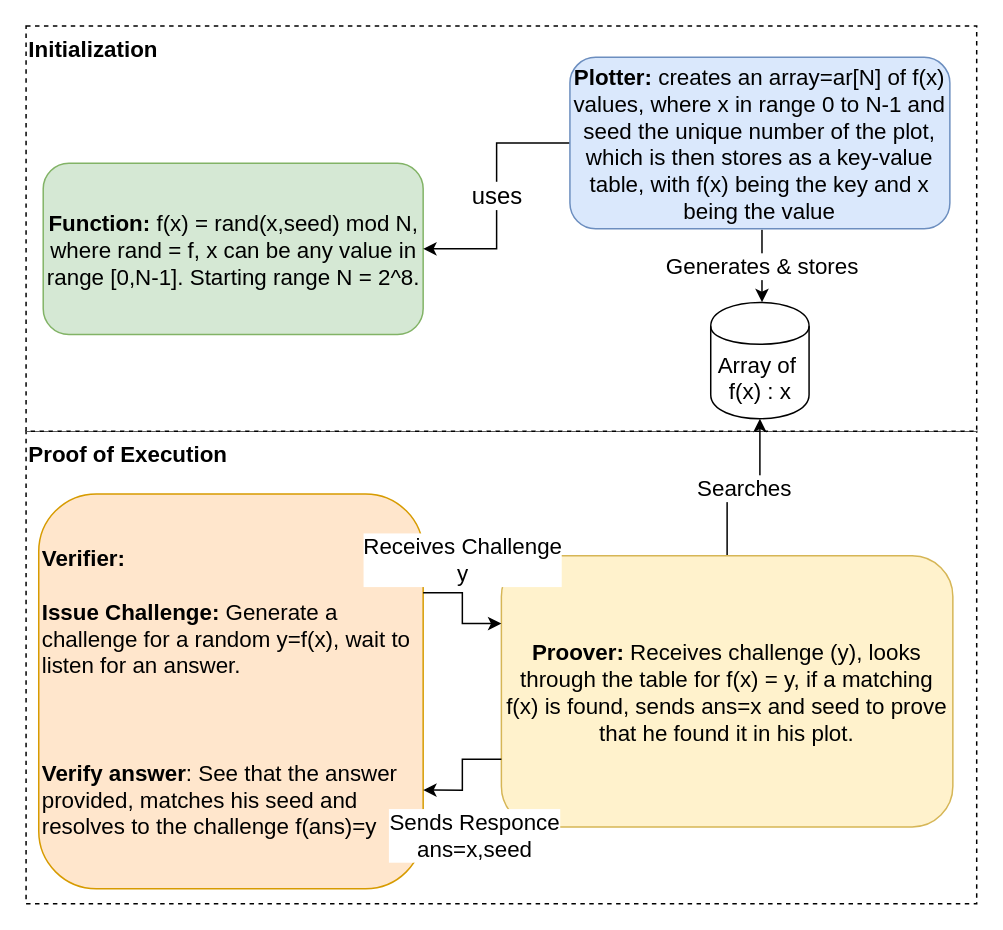
Earlier version of the draw.io diagram Project/SimplePoS.drawio (AngelosKamaris/AAU-1st-Semester-Repo-Group-8). Source tidied: cells renumbered, new cells numbered last; positions are measured from the earlier drawing's top-left corner, leaving out a move shared by most shapes. Both pictures are drawn from the tidied source at 149%, with x=0, y=0 at pixel (25, 25).
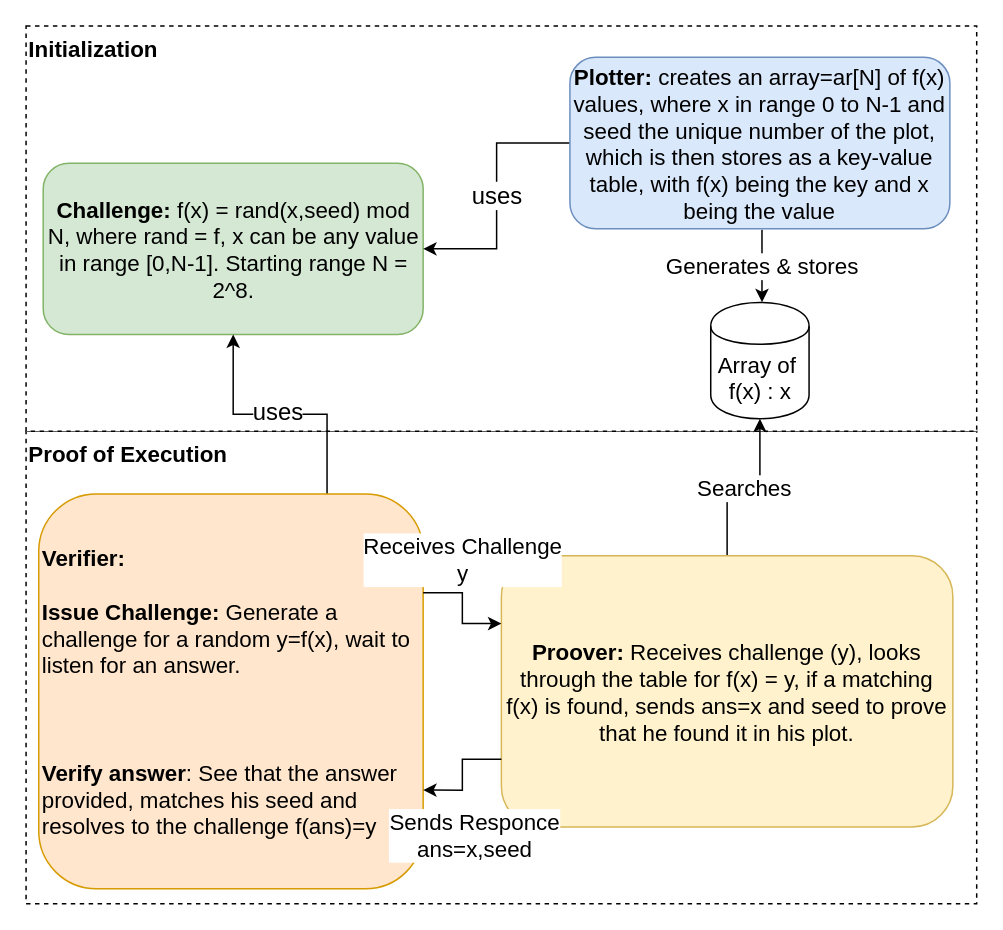
The same page after the edit.

Commit message (it also covers changes not shown here):
changes in the diagramm for latex

Change to the diagram source:
```diff
@@
 <mxGraphModel>
   <root>
     <mxCell id="0" />
     <mxCell id="1" parent="0" />
     <mxCell id="2" value="&lt;b style=&quot;white-space: normal&quot;&gt;Proof of Execution&lt;/b&gt;" style="rounded=0;whiteSpace=wrap;html=1;fontSize=15;align=left;verticalAlign=top;dashed=1;" parent="1" vertex="1">
       <mxGeometry y="272" width="638" height="317" as="geometry" />
     </mxCell>
     <mxCell id="3" value="&lt;b&gt;Initialization&lt;/b&gt;" style="rounded=0;whiteSpace=wrap;html=1;fontSize=15;align=left;verticalAlign=top;dashed=1;" parent="1" vertex="1">
       <mxGeometry width="638" height="272" as="geometry" />
     </mxCell>
-    <mxCell id="4" value="&lt;b style=&quot;font-size: 15px&quot;&gt;Function:&lt;/b&gt;&amp;nbsp;f(x) = rand(x,seed) mod N, where rand = f, x can be any value in range [0,N-1]. Starting range N = 2^8." style="rounded=1;whiteSpace=wrap;html=1;fillColor=#d5e8d4;strokeColor=#82b366;fontSize=15;" parent="1" vertex="1">
+    <mxCell id="4" value="&lt;b style=&quot;font-size: 15px&quot;&gt;Challenge:&lt;/b&gt;&amp;nbsp;f(x) = rand(x,seed) mod N, where rand = f, x can be any value in range [0,N-1]. Starting range N = 2^8." style="rounded=1;whiteSpace=wrap;html=1;fillColor=#d5e8d4;strokeColor=#82b366;fontSize=15;" parent="1" vertex="1">
       <mxGeometry x="11.5" y="92" width="255" height="115" as="geometry" />
     </mxCell>
     <mxCell id="5" value="uses" style="edgeStyle=orthogonalEdgeStyle;rounded=0;jettySize=auto;html=1;entryX=1;entryY=0.5;entryDx=0;entryDy=0;fontSize=16;" parent="1" edge="1" source="7" target="4">
       <mxGeometry relative="1" as="geometry" />
     </mxCell>
     <mxCell id="6" value="Generates &amp;amp; stores" style="edgeStyle=orthogonalEdgeStyle;rounded=0;orthogonalLoop=1;jettySize=auto;html=1;exitX=0.5;exitY=1;exitDx=0;exitDy=0;entryX=0.5;entryY=0;entryDx=0;entryDy=0;fontSize=15;" parent="1" edge="1">
       <mxGeometry relative="1" as="geometry">
         <mxPoint x="493.9" y="136.7" as="sourcePoint" />
         <mxPoint x="493.9" y="185.3" as="targetPoint" />
       </mxGeometry>
     </mxCell>
     <mxCell id="7" value="&lt;b&gt;Plotter: &lt;/b&gt;creates an array=ar[N] of f(x) values, where x in range 0 to N-1 and seed the unique number of the plot, which is then stores as a key-value table, with f(x) being the key and x being the value" style="rounded=1;whiteSpace=wrap;html=1;fillColor=#dae8fc;strokeColor=#6c8ebf;fontSize=15;" parent="1" vertex="1">
       <mxGeometry x="365" y="21" width="255" height="115" as="geometry" />
     </mxCell>
+    <mxCell id="14" style="edgeStyle=orthogonalEdgeStyle;rounded=0;jettySize=auto;html=1;exitX=0.75;exitY=0;exitDx=0;exitDy=0;entryX=0.5;entryY=1;entryDx=0;entryDy=0;fontSize=16;" parent="1" edge="1" source="8" target="4">
+      <mxGeometry relative="1" as="geometry" />
+    </mxCell>
+    <mxCell id="15" value="uses" style="text;html=1;align=center;verticalAlign=middle;labelBackgroundColor=#ffffff;fontSize=16;" parent="14" vertex="1">
+      <mxGeometry x="-0.41" y="12" relative="1" as="geometry">
+        <mxPoint x="-22" y="-5.5" as="offset" />
+      </mxGeometry>
+    </mxCell>
     <mxCell id="8" value="&lt;b&gt;Verifier:&amp;nbsp;&lt;br&gt;&lt;br&gt;Issue Challenge: &lt;/b&gt;Generate a challenge for a random y=f(x), wait to listen for an answer.&lt;br&gt;&lt;br&gt;&lt;br&gt;&lt;br&gt;&lt;b&gt;Verify answer&lt;/b&gt;: See that the answer provided, matches his seed and resolves to the challenge f(ans)=y" style="rounded=1;whiteSpace=wrap;html=1;fillColor=#ffe6cc;strokeColor=#d79b00;fontSize=15;align=left;" parent="1" vertex="1">
       <mxGeometry x="8.5" y="314" width="258" height="265" as="geometry" />
     </mxCell>
     <mxCell id="9" value="Array of&amp;nbsp;&lt;br&gt;f(x) : x" style="shape=cylinder;whiteSpace=wrap;html=1;boundedLbl=1;backgroundOutline=1;fontSize=15;align=center;perimeterSpacing=0;" parent="1" vertex="1">
       <mxGeometry x="459.5" y="185.5" width="66" height="78" as="geometry" />
     </mxCell>
     <mxCell id="10" value="Searches" style="edgeStyle=orthogonalEdgeStyle;rounded=0;jettySize=auto;html=1;exitX=0.5;exitY=0;exitDx=0;exitDy=0;entryX=0.5;entryY=1;entryDx=0;entryDy=0;fontSize=15;" parent="1" edge="1" source="11" target="9">
       <mxGeometry relative="1" as="geometry" />
     </mxCell>
     <mxCell id="11" value="&lt;b&gt;Proover: &lt;/b&gt;Receives challenge (y), looks through the table for f(x) = y, if a matching f(x) is found, sends ans=x and seed to prove that he found it in his plot." style="rounded=1;whiteSpace=wrap;html=1;fillColor=#fff2cc;strokeColor=#d6b656;fontSize=15;" parent="1" vertex="1">
       <mxGeometry x="319" y="355.5" width="303" height="182" as="geometry" />
     </mxCell>
     <mxCell id="12" value="Receives Challenge&lt;br&gt;y" style="edgeStyle=orthogonalEdgeStyle;rounded=0;jettySize=auto;html=1;exitX=1;exitY=0.25;exitDx=0;exitDy=0;entryX=0;entryY=0.25;entryDx=0;entryDy=0;fontSize=15;" parent="1" edge="1" source="8" target="11">
       <mxGeometry x="-0.29" y="22" relative="1" as="geometry">
         <mxPoint x="-22" y="-22" as="offset" />
       </mxGeometry>
     </mxCell>
     <mxCell id="13" value="Sends Responce&lt;br&gt;ans=x,seed" style="edgeStyle=orthogonalEdgeStyle;rounded=0;jettySize=auto;html=1;exitX=0;exitY=0.75;exitDx=0;exitDy=0;entryX=1;entryY=0.75;entryDx=0;entryDy=0;fontSize=15;" parent="1" edge="1" source="11" target="8">
       <mxGeometry x="0.28" y="31" relative="1" as="geometry">
         <mxPoint x="8" y="-1" as="offset" />
       </mxGeometry>
     </mxCell>
   </root>
 </mxGraphModel>
```
